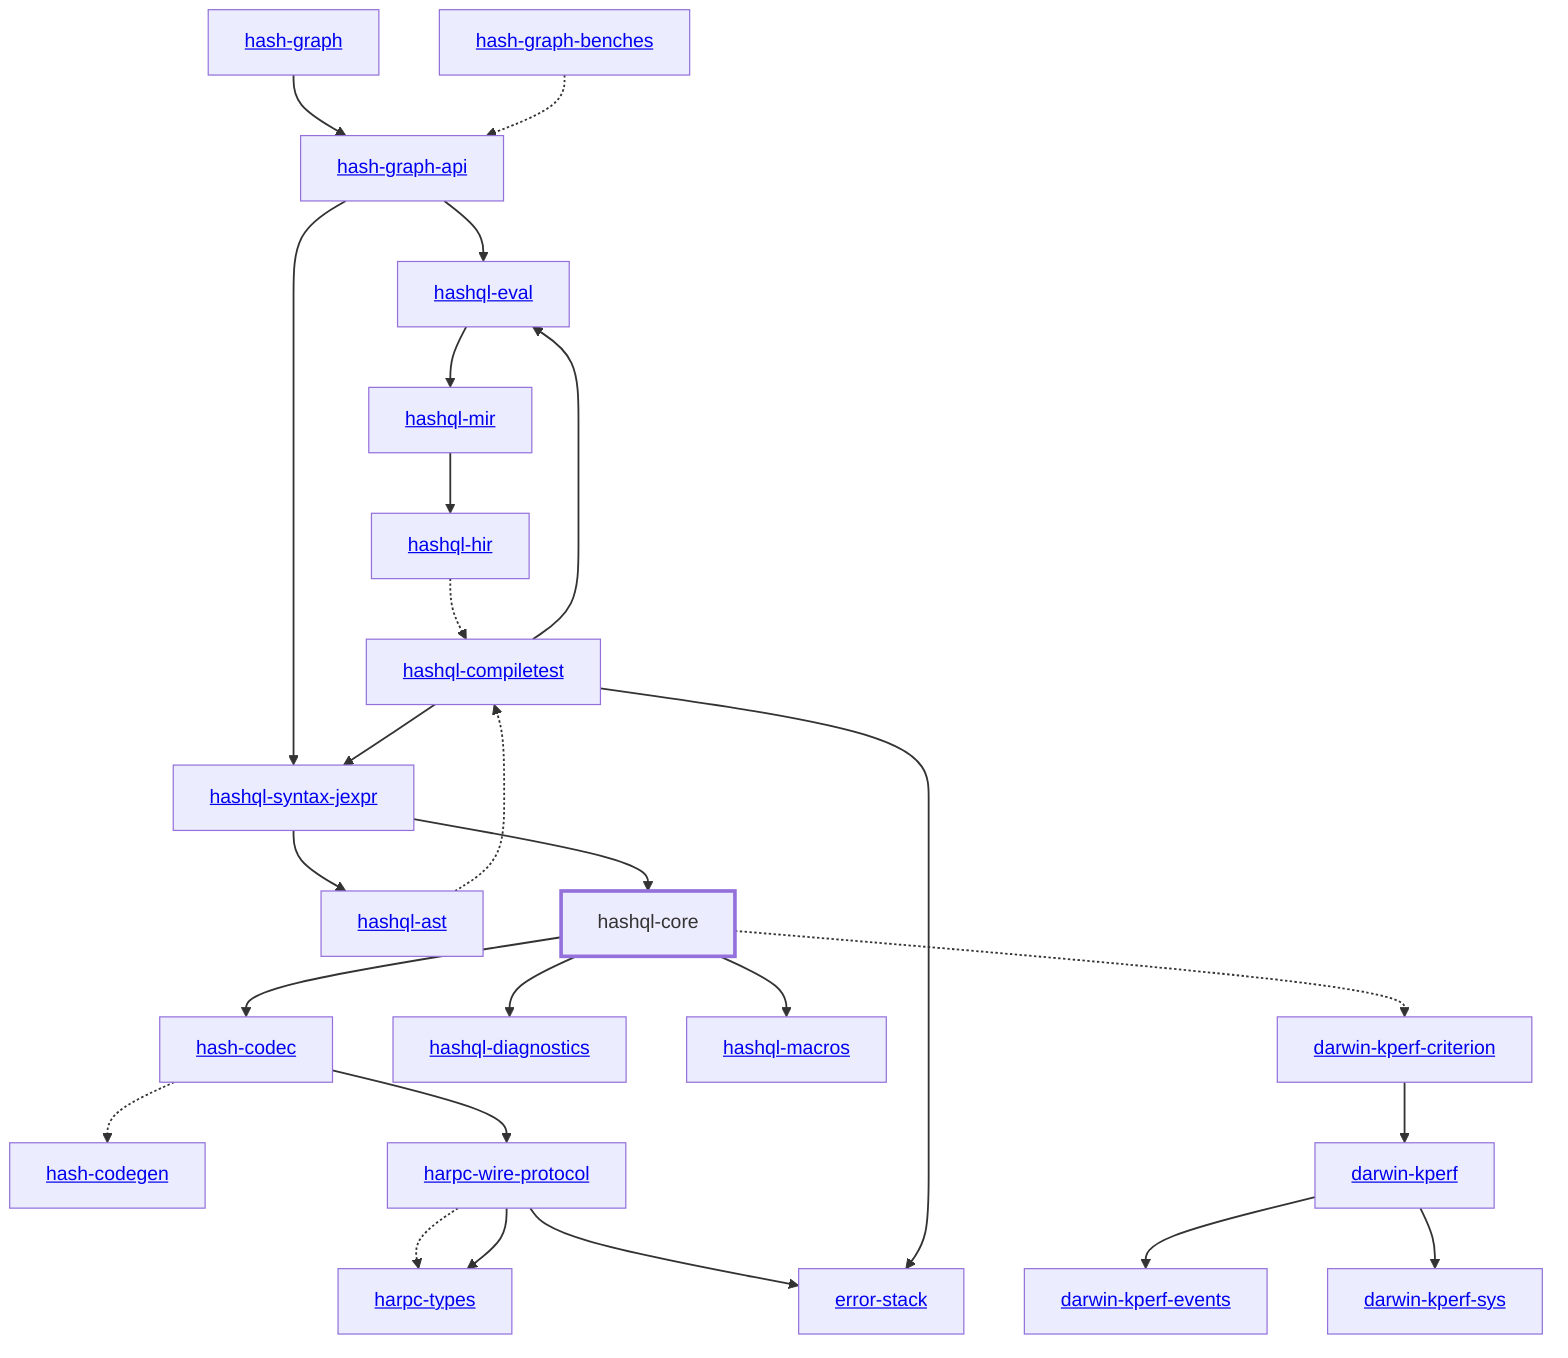
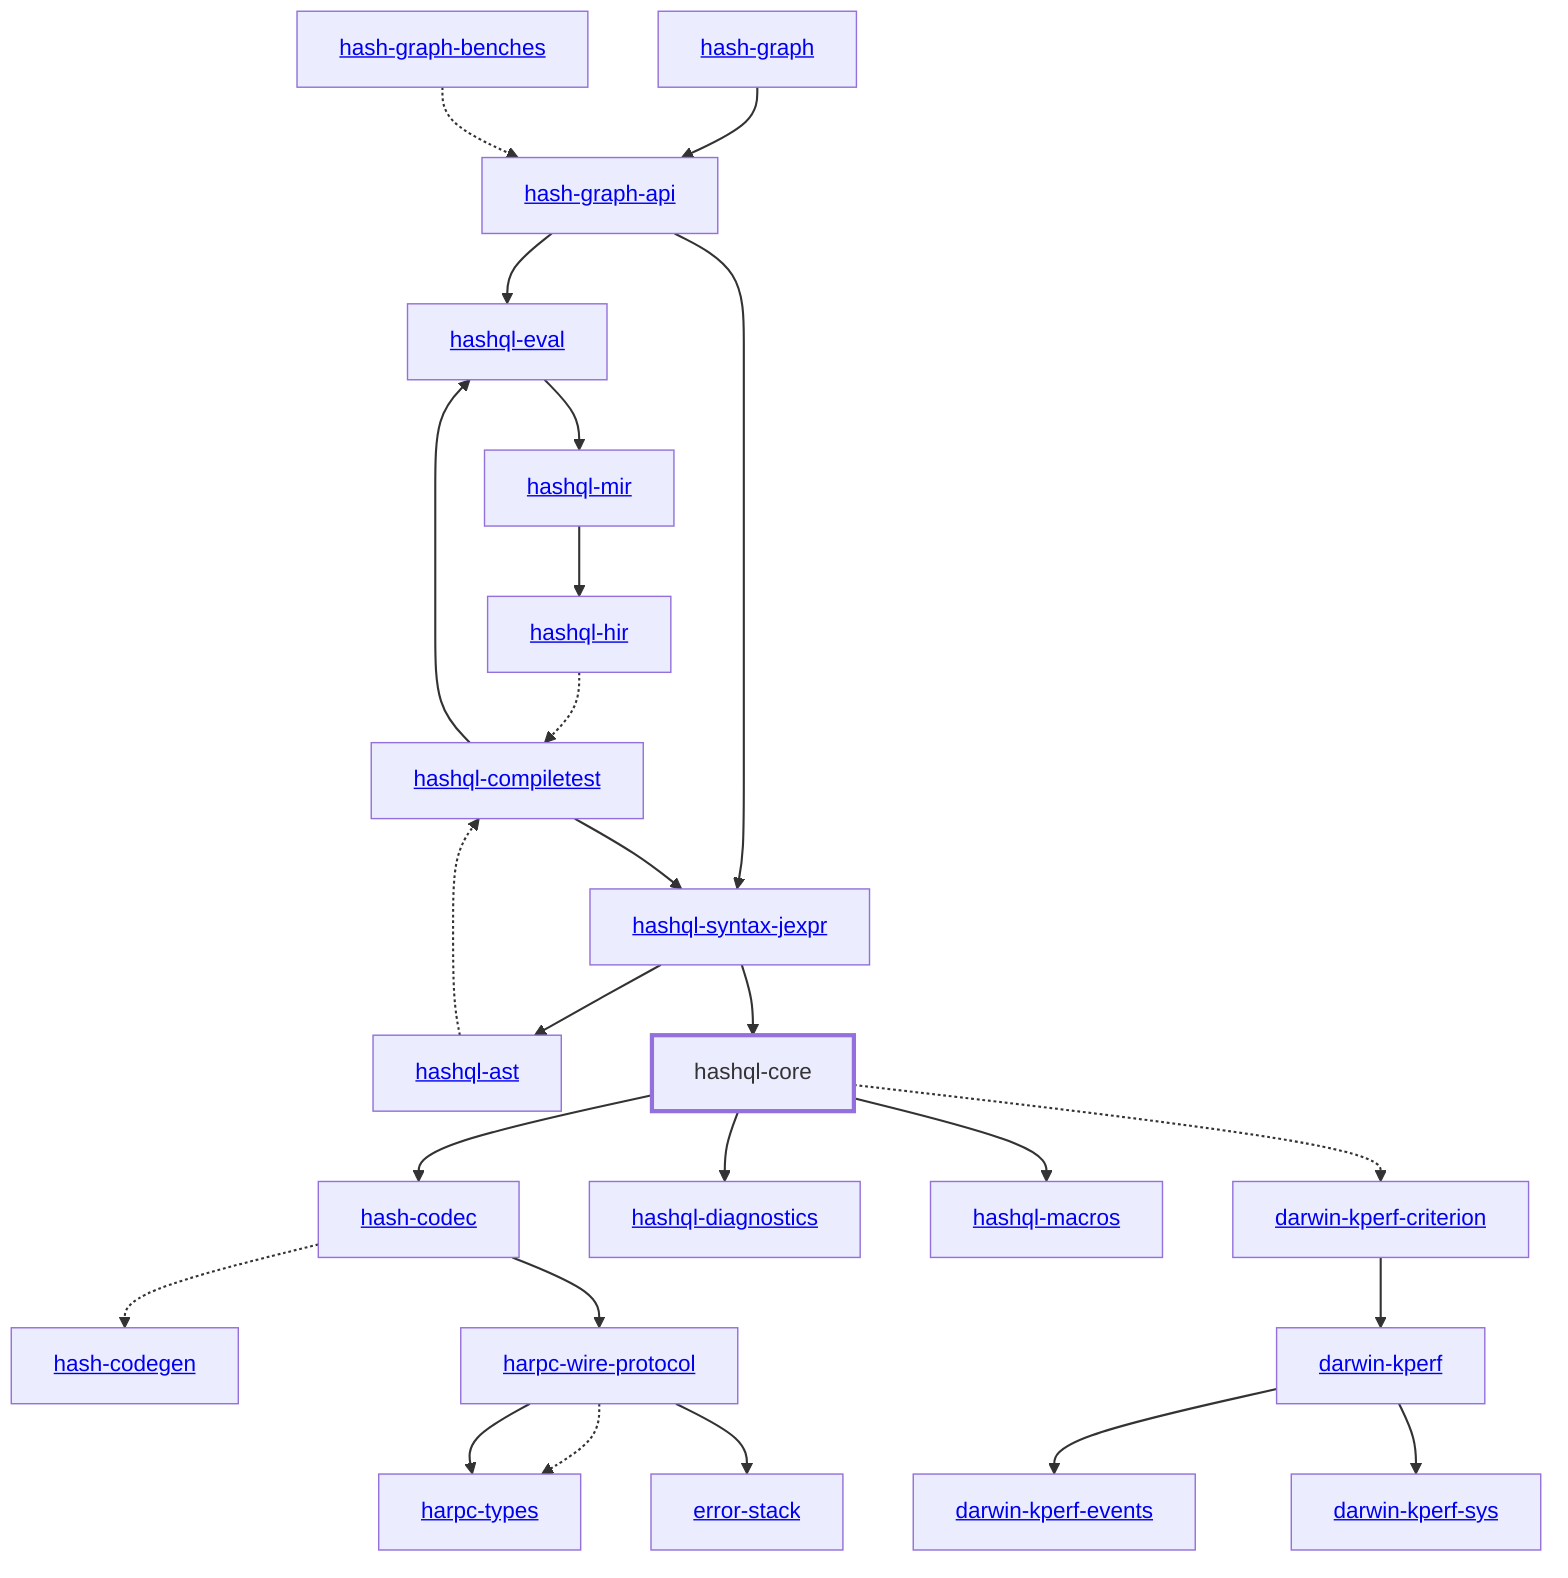
graph TD
    linkStyle default stroke-width:1.5px
    classDef default stroke-width:1px
    classDef root stroke-width:3px
    classDef dev stroke-width:1px
    classDef build stroke-width:1px
    %% Legend
    %% --> : Normal dependency
    %% -.-> : Dev dependency
    %% ---> : Build dependency
    0[<a href="../hash_graph/index.html">hash-graph</a>]
    1[<a href="../hash_codec/index.html">hash-codec</a>]
    2[<a href="../hash_codegen/index.html">hash-codegen</a>]
    3[<a href="../hash_graph_api/index.html">hash-graph-api</a>]
    4[<a href="../harpc_types/index.html">harpc-types</a>]
    5[<a href="../harpc_wire_protocol/index.html">harpc-wire-protocol</a>]
    6[<a href="../hashql_ast/index.html">hashql-ast</a>]
    7[<a href="../hashql_compiletest/index.html">hashql-compiletest</a>]
    8[hashql-core]
    class 8 root
    9[<a href="../hashql_diagnostics/index.html">hashql-diagnostics</a>]
    10[<a href="../hashql_eval/index.html">hashql-eval</a>]
    11[<a href="../hashql_hir/index.html">hashql-hir</a>]
    12[<a href="../hashql_macros/index.html">hashql-macros</a>]
    13[<a href="../hashql_mir/index.html">hashql-mir</a>]
    14[<a href="../hashql_syntax_jexpr/index.html">hashql-syntax-jexpr</a>]
    15[<a href="../darwin_kperf/index.html">darwin-kperf</a>]
    16[<a href="../darwin_kperf_criterion/index.html">darwin-kperf-criterion</a>]
    17[<a href="../darwin_kperf_events/index.html">darwin-kperf-events</a>]
    18[<a href="../darwin_kperf_sys/index.html">darwin-kperf-sys</a>]
    19[<a href="../error_stack/index.html">error-stack</a>]
    20[<a href="../hash_graph_benches/index.html">hash-graph-benches</a>]
    0 --> 3
    1 -.-> 2
    1 --> 5
    3 --> 10
    3 --> 14
    5 -.-> 4
    5 --> 4
    5 --> 19
    6 -.-> 7
    7 --> 10
    7 --> 14
-     7 --> 19
    8 --> 1
    8 --> 9
    8 --> 12
    8 -.-> 16
    10 --> 13
    11 -.-> 7
    13 --> 11
    14 --> 6
    14 --> 8
    15 --> 17
    15 --> 18
    16 --> 15
    20 -.-> 3
